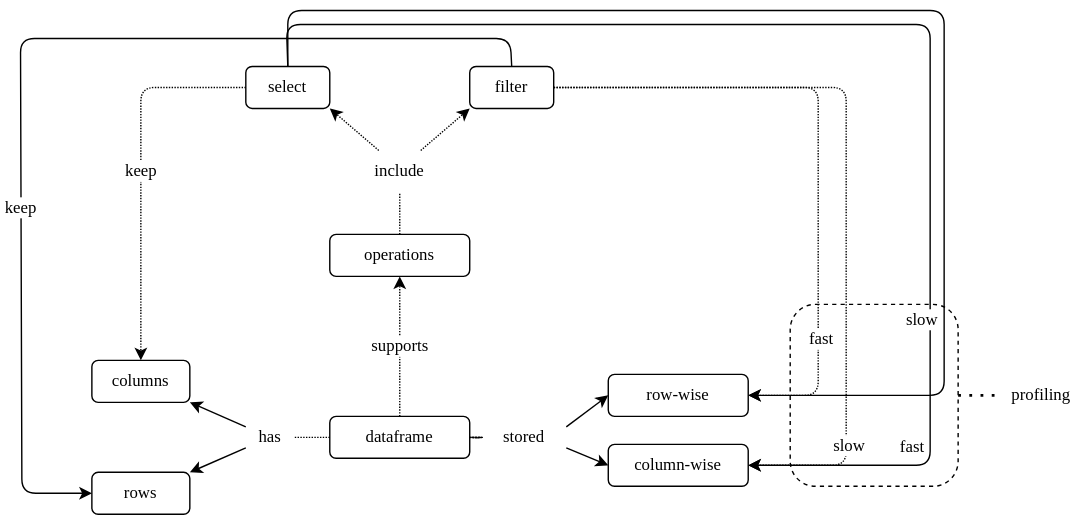
Above: sdxpy/perf/concept_map.svg in gvwilson/thirdbit (draw.io), before the change. Source tidied: cells renumbered, new cells last; positions are measured from the earlier drawing's top-left corner, leaving out a move shared by most shapes.
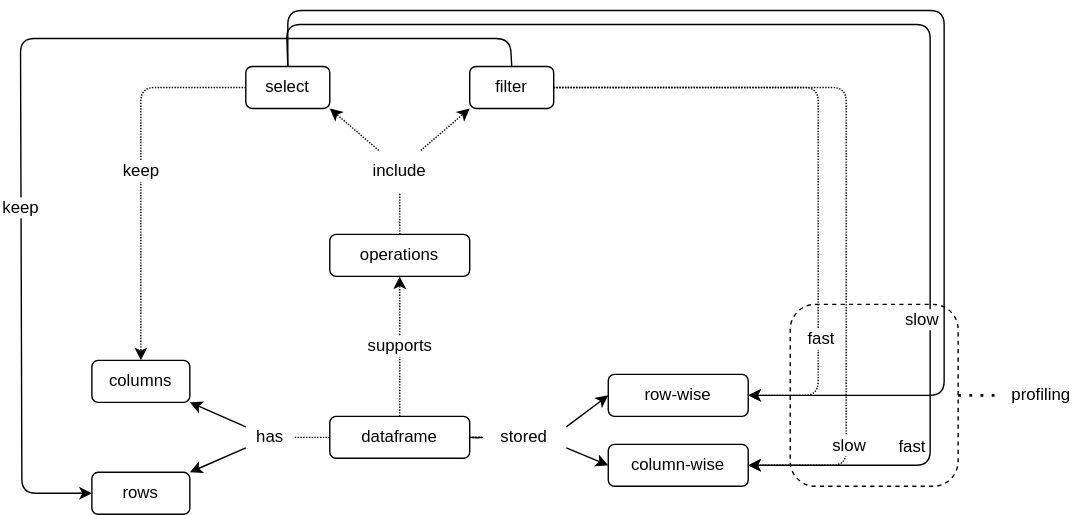
Later version of the same file.

What changed in the source:
```diff
@@ -2,76 +2,76 @@
   <root>
     <mxCell id="0" />
     <mxCell id="1" parent="0" />
-    <mxCell id="2" style="rounded=1;whiteSpace=wrap;html=1;hachureGap=4;strokeColor=default;fontFamily=Verdana;fontSize=12;fillColor=none;dashed=1;" parent="1" vertex="1">
+    <mxCell id="2" style="rounded=1;whiteSpace=wrap;html=1;hachureGap=4;strokeColor=default;fontFamily=Helvetica;fontSize=12;fillColor=none;dashed=1;" parent="1" vertex="1">
       <mxGeometry x="550" y="210" width="120" height="130" as="geometry" />
     </mxCell>
-    <mxCell id="3" value="dataframe" style="text;html=1;strokeColor=default;fillColor=none;align=center;verticalAlign=middle;whiteSpace=wrap;rounded=1;hachureGap=4;fontFamily=Verdana;fontSize=12;" parent="1" vertex="1">
+    <mxCell id="3" value="dataframe" style="text;html=1;strokeColor=default;fillColor=none;align=center;verticalAlign=middle;whiteSpace=wrap;rounded=1;hachureGap=4;fontFamily=Helvetica;fontSize=12;" parent="1" vertex="1">
       <mxGeometry x="221" y="290" width="100" height="30" as="geometry" />
     </mxCell>
-    <mxCell id="4" value="columns" style="text;html=1;strokeColor=default;fillColor=none;align=center;verticalAlign=middle;whiteSpace=wrap;rounded=1;hachureGap=4;fontFamily=Verdana;fontSize=12;" parent="1" vertex="1">
+    <mxCell id="4" value="columns" style="text;html=1;strokeColor=default;fillColor=none;align=center;verticalAlign=middle;whiteSpace=wrap;rounded=1;hachureGap=4;fontFamily=Helvetica;fontSize=12;" parent="1" vertex="1">
       <mxGeometry x="51" y="250" width="70" height="30" as="geometry" />
     </mxCell>
-    <mxCell id="5" value="rows" style="text;html=1;strokeColor=default;fillColor=none;align=center;verticalAlign=middle;whiteSpace=wrap;rounded=1;hachureGap=4;fontFamily=Verdana;fontSize=12;" parent="1" vertex="1">
+    <mxCell id="5" value="rows" style="text;html=1;strokeColor=default;fillColor=none;align=center;verticalAlign=middle;whiteSpace=wrap;rounded=1;hachureGap=4;fontFamily=Helvetica;fontSize=12;" parent="1" vertex="1">
       <mxGeometry x="51" y="330" width="70" height="30" as="geometry" />
     </mxCell>
-    <mxCell id="6" value="row-wise" style="text;html=1;strokeColor=default;fillColor=none;align=center;verticalAlign=middle;whiteSpace=wrap;rounded=1;hachureGap=4;fontFamily=Verdana;fontSize=12;" parent="1" vertex="1">
+    <mxCell id="6" value="row-wise" style="text;html=1;strokeColor=default;fillColor=none;align=center;verticalAlign=middle;whiteSpace=wrap;rounded=1;hachureGap=4;fontFamily=Helvetica;fontSize=12;" parent="1" vertex="1">
       <mxGeometry x="420" y="260" width="100" height="30" as="geometry" />
     </mxCell>
-    <mxCell id="7" value="column-wise" style="text;html=1;strokeColor=default;fillColor=none;align=center;verticalAlign=middle;whiteSpace=wrap;rounded=1;hachureGap=4;fontFamily=Verdana;fontSize=12;" parent="1" vertex="1">
+    <mxCell id="7" value="column-wise" style="text;html=1;strokeColor=default;fillColor=none;align=center;verticalAlign=middle;whiteSpace=wrap;rounded=1;hachureGap=4;fontFamily=Helvetica;fontSize=12;" parent="1" vertex="1">
       <mxGeometry x="420" y="310" width="100" height="30" as="geometry" />
     </mxCell>
-    <mxCell id="8" value="operations" style="text;html=1;strokeColor=default;fillColor=none;align=center;verticalAlign=middle;whiteSpace=wrap;rounded=1;hachureGap=4;fontFamily=Verdana;fontSize=12;" parent="1" vertex="1">
+    <mxCell id="8" value="operations" style="text;html=1;strokeColor=default;fillColor=none;align=center;verticalAlign=middle;whiteSpace=wrap;rounded=1;hachureGap=4;fontFamily=Helvetica;fontSize=12;" parent="1" vertex="1">
       <mxGeometry x="221" y="160" width="100" height="30" as="geometry" />
     </mxCell>
-    <mxCell id="9" value="filter" style="text;html=1;strokeColor=default;fillColor=none;align=center;verticalAlign=middle;whiteSpace=wrap;rounded=1;hachureGap=4;fontFamily=Verdana;fontSize=12;" parent="1" vertex="1">
+    <mxCell id="9" value="filter" style="text;html=1;strokeColor=default;fillColor=none;align=center;verticalAlign=middle;whiteSpace=wrap;rounded=1;hachureGap=4;fontFamily=Helvetica;fontSize=12;" parent="1" vertex="1">
       <mxGeometry x="321" y="40" width="60" height="30" as="geometry" />
     </mxCell>
-    <mxCell id="10" value="select" style="text;html=1;strokeColor=default;fillColor=none;align=center;verticalAlign=middle;whiteSpace=wrap;rounded=1;hachureGap=4;fontFamily=Verdana;fontSize=12;" parent="1" vertex="1">
+    <mxCell id="10" value="select" style="text;html=1;strokeColor=default;fillColor=none;align=center;verticalAlign=middle;whiteSpace=wrap;rounded=1;hachureGap=4;fontFamily=Helvetica;fontSize=12;" parent="1" vertex="1">
       <mxGeometry x="161" y="40" width="60" height="30" as="geometry" />
     </mxCell>
-    <mxCell id="11" value="stored" style="text;html=1;strokeColor=none;fillColor=none;align=center;verticalAlign=middle;whiteSpace=wrap;rounded=0;sketch=1;hachureGap=4;fontFamily=Verdana;fontSize=12;" parent="1" vertex="1">
+    <mxCell id="11" value="stored" style="text;html=1;strokeColor=none;fillColor=none;align=center;verticalAlign=middle;whiteSpace=wrap;rounded=0;sketch=1;hachureGap=4;fontFamily=Helvetica;fontSize=12;" parent="1" vertex="1">
       <mxGeometry x="330" y="290" width="60" height="30" as="geometry" />
     </mxCell>
-    <mxCell id="12" value="has" style="text;html=1;strokeColor=none;fillColor=none;align=center;verticalAlign=middle;whiteSpace=wrap;rounded=0;sketch=1;hachureGap=4;fontFamily=Verdana;fontSize=12;" parent="1" vertex="1">
+    <mxCell id="12" value="has" style="text;html=1;strokeColor=none;fillColor=none;align=center;verticalAlign=middle;whiteSpace=wrap;rounded=0;sketch=1;hachureGap=4;fontFamily=Helvetica;fontSize=12;" parent="1" vertex="1">
       <mxGeometry x="161" y="290" width="35" height="30" as="geometry" />
     </mxCell>
-    <mxCell id="13" value="include" style="text;html=1;strokeColor=none;fillColor=none;align=center;verticalAlign=middle;whiteSpace=wrap;rounded=0;sketch=1;hachureGap=4;fontFamily=Verdana;fontSize=12;" parent="1" vertex="1">
+    <mxCell id="13" value="include" style="text;html=1;strokeColor=none;fillColor=none;align=center;verticalAlign=middle;whiteSpace=wrap;rounded=0;sketch=1;hachureGap=4;fontFamily=Helvetica;fontSize=12;" parent="1" vertex="1">
       <mxGeometry x="241" y="100" width="60" height="30" as="geometry" />
     </mxCell>
-    <mxCell id="14" style="endArrow=none;html=1;rounded=1;dashed=1;dashPattern=1 1;hachureGap=4;fontFamily=Verdana;fontSize=12;startSize=14;endSize=14;sourcePerimeterSpacing=8;targetPerimeterSpacing=8;entryX=0.5;entryY=1;entryDx=0;entryDy=0;exitX=0.5;exitY=0;exitDx=0;exitDy=0;" parent="1" edge="1" source="8">
+    <mxCell id="14" style="endArrow=none;html=1;rounded=1;dashed=1;dashPattern=1 1;hachureGap=4;fontFamily=Helvetica;fontSize=12;startSize=14;endSize=14;sourcePerimeterSpacing=8;targetPerimeterSpacing=8;entryX=0.5;entryY=1;entryDx=0;entryDy=0;exitX=0.5;exitY=0;exitDx=0;exitDy=0;" parent="1" edge="1" source="8">
       <mxGeometry relative="1" as="geometry">
         <mxPoint x="271" y="130" as="targetPoint" />
       </mxGeometry>
     </mxCell>
-    <mxCell id="15" style="endArrow=classic;html=1;rounded=1;dashed=1;dashPattern=1 1;hachureGap=4;fontFamily=Verdana;fontSize=12;startSize=6;endSize=6;sourcePerimeterSpacing=0;targetPerimeterSpacing=0;entryX=1;entryY=1;entryDx=0;entryDy=0;exitX=0.25;exitY=0;exitDx=0;exitDy=0;" parent="1" edge="1" source="13" target="10">
+    <mxCell id="15" style="endArrow=classic;html=1;rounded=1;dashed=1;dashPattern=1 1;hachureGap=4;fontFamily=Helvetica;fontSize=12;startSize=6;endSize=6;sourcePerimeterSpacing=0;targetPerimeterSpacing=0;entryX=1;entryY=1;entryDx=0;entryDy=0;exitX=0.25;exitY=0;exitDx=0;exitDy=0;" parent="1" edge="1" source="13" target="10">
       <mxGeometry relative="1" as="geometry" />
     </mxCell>
-    <mxCell id="16" style="endArrow=classic;html=1;rounded=1;dashed=1;dashPattern=1 1;hachureGap=4;fontFamily=Verdana;fontSize=12;startSize=6;endSize=6;sourcePerimeterSpacing=0;targetPerimeterSpacing=0;entryX=0;entryY=1;entryDx=0;entryDy=0;exitX=0.75;exitY=0;exitDx=0;exitDy=0;" parent="1" edge="1" source="13" target="9">
+    <mxCell id="16" style="endArrow=classic;html=1;rounded=1;dashed=1;dashPattern=1 1;hachureGap=4;fontFamily=Helvetica;fontSize=12;startSize=6;endSize=6;sourcePerimeterSpacing=0;targetPerimeterSpacing=0;entryX=0;entryY=1;entryDx=0;entryDy=0;exitX=0.75;exitY=0;exitDx=0;exitDy=0;" parent="1" edge="1" source="13" target="9">
       <mxGeometry relative="1" as="geometry" />
     </mxCell>
-    <mxCell id="17" value="supports" style="endArrow=classic;html=1;rounded=1;dashed=1;dashPattern=1 1;hachureGap=4;fontFamily=Verdana;fontSize=12;startSize=6;endSize=6;sourcePerimeterSpacing=0;targetPerimeterSpacing=0;entryX=0.5;entryY=1;entryDx=0;entryDy=0;exitX=0.5;exitY=0;exitDx=0;exitDy=0;" parent="1" edge="1" source="3" target="8">
+    <mxCell id="17" value="supports" style="endArrow=classic;html=1;rounded=1;dashed=1;dashPattern=1 1;hachureGap=4;fontFamily=Helvetica;fontSize=12;startSize=6;endSize=6;sourcePerimeterSpacing=0;targetPerimeterSpacing=0;entryX=0.5;entryY=1;entryDx=0;entryDy=0;exitX=0.5;exitY=0;exitDx=0;exitDy=0;" parent="1" edge="1" source="3" target="8">
       <mxGeometry relative="1" as="geometry" />
     </mxCell>
-    <mxCell id="18" style="endArrow=none;html=1;rounded=1;dashed=1;dashPattern=1 1;sketch=1;hachureGap=4;fontFamily=Verdana;fontSize=12;startSize=14;endSize=14;sourcePerimeterSpacing=8;targetPerimeterSpacing=8;entryX=0;entryY=0.5;entryDx=0;entryDy=0;exitX=1;exitY=0.5;exitDx=0;exitDy=0;" parent="1" edge="1" source="3" target="11">
+    <mxCell id="18" style="endArrow=none;html=1;rounded=1;dashed=1;dashPattern=1 1;sketch=1;hachureGap=4;fontFamily=Helvetica;fontSize=12;startSize=14;endSize=14;sourcePerimeterSpacing=8;targetPerimeterSpacing=8;entryX=0;entryY=0.5;entryDx=0;entryDy=0;exitX=1;exitY=0.5;exitDx=0;exitDy=0;" parent="1" edge="1" source="3" target="11">
       <mxGeometry relative="1" as="geometry" />
     </mxCell>
-    <mxCell id="19" style="endArrow=none;html=1;rounded=1;dashed=1;dashPattern=1 1;hachureGap=4;fontFamily=Verdana;fontSize=12;startSize=14;endSize=14;sourcePerimeterSpacing=8;targetPerimeterSpacing=8;exitX=0;exitY=0.5;exitDx=0;exitDy=0;entryX=1;entryY=0.5;entryDx=0;entryDy=0;" parent="1" edge="1" source="3" target="12">
+    <mxCell id="19" style="endArrow=none;html=1;rounded=1;dashed=1;dashPattern=1 1;hachureGap=4;fontFamily=Helvetica;fontSize=12;startSize=14;endSize=14;sourcePerimeterSpacing=8;targetPerimeterSpacing=8;exitX=0;exitY=0.5;exitDx=0;exitDy=0;entryX=1;entryY=0.5;entryDx=0;entryDy=0;" parent="1" edge="1" source="3" target="12">
       <mxGeometry relative="1" as="geometry" />
     </mxCell>
-    <mxCell id="20" style="endArrow=classic;html=1;rounded=1;hachureGap=4;fontFamily=Verdana;fontSize=12;startSize=6;endSize=6;sourcePerimeterSpacing=0;targetPerimeterSpacing=0;entryX=0;entryY=0.5;entryDx=0;entryDy=0;exitX=1;exitY=0.25;exitDx=0;exitDy=0;" parent="1" edge="1" source="11" target="6">
+    <mxCell id="20" style="endArrow=classic;html=1;rounded=1;hachureGap=4;fontFamily=Helvetica;fontSize=12;startSize=6;endSize=6;sourcePerimeterSpacing=0;targetPerimeterSpacing=0;entryX=0;entryY=0.5;entryDx=0;entryDy=0;exitX=1;exitY=0.25;exitDx=0;exitDy=0;" parent="1" edge="1" source="11" target="6">
       <mxGeometry relative="1" as="geometry" />
     </mxCell>
-    <mxCell id="21" style="endArrow=classic;html=1;rounded=1;hachureGap=4;fontFamily=Verdana;fontSize=12;startSize=6;endSize=6;sourcePerimeterSpacing=0;targetPerimeterSpacing=0;entryX=0;entryY=0.5;entryDx=0;entryDy=0;exitX=1;exitY=0.75;exitDx=0;exitDy=0;" parent="1" edge="1" source="11" target="7">
+    <mxCell id="21" style="endArrow=classic;html=1;rounded=1;hachureGap=4;fontFamily=Helvetica;fontSize=12;startSize=6;endSize=6;sourcePerimeterSpacing=0;targetPerimeterSpacing=0;entryX=0;entryY=0.5;entryDx=0;entryDy=0;exitX=1;exitY=0.75;exitDx=0;exitDy=0;" parent="1" edge="1" source="11" target="7">
       <mxGeometry relative="1" as="geometry" />
     </mxCell>
-    <mxCell id="22" value="keep" style="endArrow=classic;html=1;rounded=1;dashed=1;dashPattern=1 1;hachureGap=4;fontFamily=Verdana;fontSize=12;startSize=6;endSize=6;sourcePerimeterSpacing=0;targetPerimeterSpacing=0;entryX=0.5;entryY=0;entryDx=0;entryDy=0;exitX=0;exitY=0.5;exitDx=0;exitDy=0;" parent="1" edge="1" source="10" target="4">
+    <mxCell id="22" value="keep" style="endArrow=classic;html=1;rounded=1;dashed=1;dashPattern=1 1;hachureGap=4;fontFamily=Helvetica;fontSize=12;startSize=6;endSize=6;sourcePerimeterSpacing=0;targetPerimeterSpacing=0;entryX=0.5;entryY=0;entryDx=0;entryDy=0;exitX=0;exitY=0.5;exitDx=0;exitDy=0;" parent="1" edge="1" source="10" target="4">
       <mxGeometry relative="1" as="geometry">
         <Array as="points">
           <mxPoint x="86" y="55" />
         </Array>
       </mxGeometry>
     </mxCell>
-    <mxCell id="23" style="endArrow=classic;html=1;rounded=1;hachureGap=4;fontFamily=Verdana;fontSize=12;startSize=6;endSize=6;sourcePerimeterSpacing=0;targetPerimeterSpacing=0;entryX=0;entryY=0.5;entryDx=0;entryDy=0;exitX=0.5;exitY=0;exitDx=0;exitDy=0;" parent="1" edge="1" source="9" target="5">
+    <mxCell id="23" style="endArrow=classic;html=1;rounded=1;hachureGap=4;fontFamily=Helvetica;fontSize=12;startSize=6;endSize=6;sourcePerimeterSpacing=0;targetPerimeterSpacing=0;entryX=0;entryY=0.5;entryDx=0;entryDy=0;exitX=0.5;exitY=0;exitDx=0;exitDy=0;" parent="1" edge="1" source="9" target="5">
       <mxGeometry relative="1" as="geometry">
         <Array as="points">
           <mxPoint x="350" y="20" />
@@ -80,10 +80,10 @@
         </Array>
       </mxGeometry>
     </mxCell>
-    <mxCell id="24" value="keep" style="edgeLabel;html=1;align=center;verticalAlign=middle;fontSize=12;fontFamily=Verdana;" parent="23" vertex="1">
+    <mxCell id="24" value="keep" style="edgeLabel;html=1;align=center;verticalAlign=middle;fontSize=12;fontFamily=Helvetica;" parent="23" vertex="1">
       <mxGeometry x="0.32" y="-1" relative="1" as="geometry" />
     </mxCell>
-    <mxCell id="25" style="endArrow=classic;html=1;rounded=1;dashed=1;dashPattern=1 1;hachureGap=4;fontFamily=Verdana;fontSize=12;startSize=6;endSize=6;sourcePerimeterSpacing=0;targetPerimeterSpacing=0;exitX=1;exitY=0.5;exitDx=0;exitDy=0;entryX=1;entryY=0.5;entryDx=0;entryDy=0;" parent="1" edge="1" source="9" target="7">
+    <mxCell id="25" style="endArrow=classic;html=1;rounded=1;dashed=1;dashPattern=1 1;hachureGap=4;fontFamily=Helvetica;fontSize=12;startSize=6;endSize=6;sourcePerimeterSpacing=0;targetPerimeterSpacing=0;exitX=1;exitY=0.5;exitDx=0;exitDy=0;entryX=1;entryY=0.5;entryDx=0;entryDy=0;" parent="1" edge="1" source="9" target="7">
       <mxGeometry relative="1" as="geometry">
         <Array as="points">
           <mxPoint x="590" y="55" />
@@ -91,12 +91,12 @@
         </Array>
       </mxGeometry>
     </mxCell>
-    <mxCell id="26" value="slow" style="edgeLabel;html=1;align=center;verticalAlign=middle;fontSize=12;fontFamily=Verdana;" parent="25" vertex="1">
+    <mxCell id="26" value="slow" style="edgeLabel;html=1;align=center;verticalAlign=middle;fontSize=12;fontFamily=Helvetica;" parent="25" vertex="1">
       <mxGeometry x="0.6" y="1" relative="1" as="geometry">
         <mxPoint y="24" as="offset" />
       </mxGeometry>
     </mxCell>
-    <mxCell id="27" style="endArrow=classic;html=1;rounded=1;dashed=1;dashPattern=1 1;hachureGap=4;fontFamily=Verdana;fontSize=12;startSize=6;endSize=6;sourcePerimeterSpacing=0;targetPerimeterSpacing=0;exitX=1;exitY=0.5;exitDx=0;exitDy=0;entryX=1;entryY=0.5;entryDx=0;entryDy=0;" parent="1" edge="1" source="9" target="6">
+    <mxCell id="27" style="endArrow=classic;html=1;rounded=1;dashed=1;dashPattern=1 1;hachureGap=4;fontFamily=Helvetica;fontSize=12;startSize=6;endSize=6;sourcePerimeterSpacing=0;targetPerimeterSpacing=0;exitX=1;exitY=0.5;exitDx=0;exitDy=0;entryX=1;entryY=0.5;entryDx=0;entryDy=0;" parent="1" edge="1" source="9" target="6">
       <mxGeometry relative="1" as="geometry">
         <Array as="points">
           <mxPoint x="570" y="55" />
@@ -104,10 +104,10 @@
         </Array>
       </mxGeometry>
     </mxCell>
-    <mxCell id="28" value="fast" style="edgeLabel;html=1;align=center;verticalAlign=middle;fontSize=12;fontFamily=Verdana;" parent="27" vertex="1">
+    <mxCell id="28" value="fast" style="edgeLabel;html=1;align=center;verticalAlign=middle;fontSize=12;fontFamily=Helvetica;" parent="27" vertex="1">
       <mxGeometry x="0.6" y="1" relative="1" as="geometry" />
     </mxCell>
-    <mxCell id="29" style="endArrow=classic;html=1;rounded=1;hachureGap=4;fontFamily=Verdana;fontSize=12;startSize=6;endSize=6;sourcePerimeterSpacing=0;targetPerimeterSpacing=0;exitX=0.5;exitY=0;exitDx=0;exitDy=0;entryX=1;entryY=0.5;entryDx=0;entryDy=0;" parent="1" edge="1" source="10" target="7">
+    <mxCell id="29" style="endArrow=classic;html=1;rounded=1;hachureGap=4;fontFamily=Helvetica;fontSize=12;startSize=6;endSize=6;sourcePerimeterSpacing=0;targetPerimeterSpacing=0;exitX=0.5;exitY=0;exitDx=0;exitDy=0;entryX=1;entryY=0.5;entryDx=0;entryDy=0;" parent="1" edge="1" source="10" target="7">
       <mxGeometry relative="1" as="geometry">
         <Array as="points">
           <mxPoint x="190" y="10" />
@@ -116,12 +116,12 @@
         </Array>
       </mxGeometry>
     </mxCell>
-    <mxCell id="30" value="fast" style="edgeLabel;html=1;align=center;verticalAlign=middle;fontSize=12;fontFamily=Verdana;" parent="29" vertex="1">
+    <mxCell id="30" value="fast" style="edgeLabel;html=1;align=center;verticalAlign=middle;fontSize=12;fontFamily=Helvetica;" parent="29" vertex="1">
       <mxGeometry x="0.75" y="2" relative="1" as="geometry">
         <mxPoint y="-16" as="offset" />
       </mxGeometry>
     </mxCell>
-    <mxCell id="31" style="endArrow=classic;html=1;rounded=1;hachureGap=4;fontFamily=Verdana;fontSize=12;startSize=6;endSize=6;sourcePerimeterSpacing=0;targetPerimeterSpacing=0;entryX=1;entryY=0.5;entryDx=0;entryDy=0;" parent="1" edge="1" target="6">
+    <mxCell id="31" style="endArrow=classic;html=1;rounded=1;hachureGap=4;fontFamily=Helvetica;fontSize=12;startSize=6;endSize=6;sourcePerimeterSpacing=0;targetPerimeterSpacing=0;entryX=1;entryY=0.5;entryDx=0;entryDy=0;" parent="1" edge="1" target="6">
       <mxGeometry relative="1" as="geometry">
         <mxPoint x="191" y="40" as="sourcePoint" />
         <Array as="points">
@@ -131,15 +131,15 @@
         </Array>
       </mxGeometry>
     </mxCell>
-    <mxCell id="32" value="slow" style="edgeLabel;html=1;align=center;verticalAlign=middle;fontSize=12;fontFamily=Verdana;" parent="31" vertex="1">
+    <mxCell id="32" value="slow" style="edgeLabel;html=1;align=center;verticalAlign=middle;fontSize=12;fontFamily=Helvetica;" parent="31" vertex="1">
       <mxGeometry x="0.75" y="2" relative="1" as="geometry">
         <mxPoint x="8" y="-57" as="offset" />
       </mxGeometry>
     </mxCell>
-    <mxCell id="33" value="profiling" style="text;html=1;strokeColor=none;fillColor=none;align=center;verticalAlign=middle;whiteSpace=wrap;rounded=0;dashed=1;sketch=1;hachureGap=4;fontFamily=Verdana;fontSize=12;" parent="1" vertex="1">
+    <mxCell id="33" value="profiling" style="text;html=1;strokeColor=none;fillColor=none;align=center;verticalAlign=middle;whiteSpace=wrap;rounded=0;dashed=1;sketch=1;hachureGap=4;fontFamily=Helvetica;fontSize=12;" parent="1" vertex="1">
       <mxGeometry x="700" y="260" width="59" height="30" as="geometry" />
     </mxCell>
-    <mxCell id="34" style="endArrow=none;dashed=1;html=1;dashPattern=1 3;strokeWidth=2;rounded=1;hachureGap=4;fontFamily=Verdana;fontSize=12;startSize=14;endSize=14;sourcePerimeterSpacing=8;targetPerimeterSpacing=8;entryX=0;entryY=0.5;entryDx=0;entryDy=0;exitX=1;exitY=0.5;exitDx=0;exitDy=0;" parent="1" edge="1" source="2" target="33">
+    <mxCell id="34" style="endArrow=none;dashed=1;html=1;dashPattern=1 3;strokeWidth=2;rounded=1;hachureGap=4;fontFamily=Helvetica;fontSize=12;startSize=14;endSize=14;sourcePerimeterSpacing=8;targetPerimeterSpacing=8;entryX=0;entryY=0.5;entryDx=0;entryDy=0;exitX=1;exitY=0.5;exitDx=0;exitDy=0;" parent="1" edge="1" source="2" target="33">
       <mxGeometry relative="1" as="geometry" />
     </mxCell>
     <mxCell id="35" style="endArrow=classic;html=1;rounded=0;entryX=1;entryY=1;entryDx=0;entryDy=0;exitX=0;exitY=0.25;exitDx=0;exitDy=0;" parent="1" edge="1" source="12" target="4">
```
